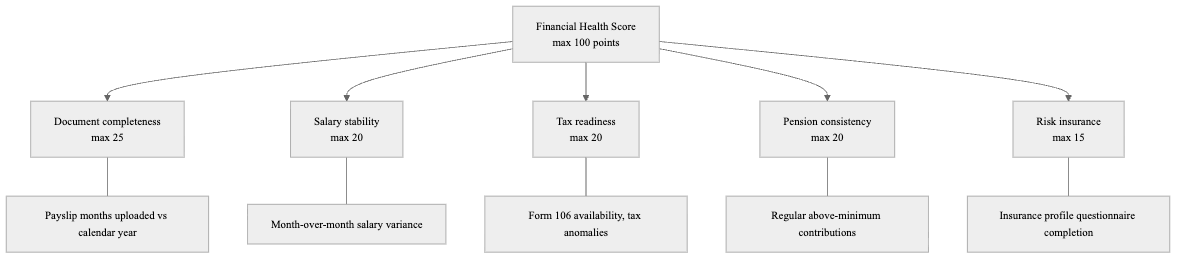
Above: Final_Project_Book/figures/fig06-health-score.png in ofek1210/FinGuide (Mermaid), before the change. Its source is kept beside it as Final_Project_Book/figures/src/fig06-health-score.mmd.
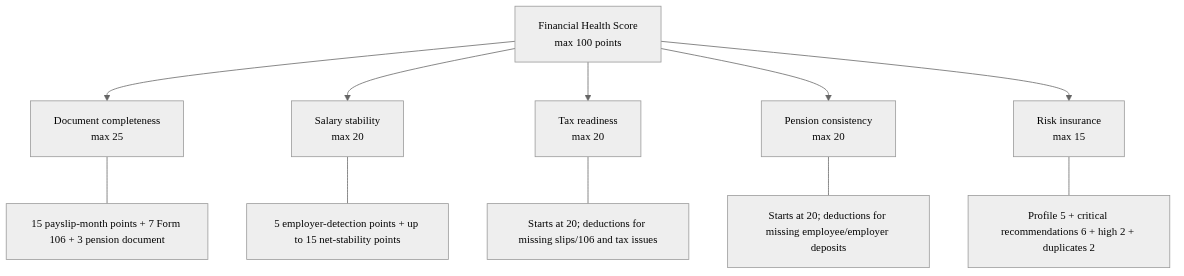
The same diagram one commit later.

Change to the diagram source:
```diff
@@ -7,8 +7,8 @@
   Total --> Pen["Pension consistency\nmax 20"]
   Total --> Risk["Risk insurance\nmax 15"]
 
-  Doc --- DocDesc["Payslip months uploaded vs calendar year"]
-  Sal --- SalDesc["Month-over-month salary variance"]
-  Tax --- TaxDesc["Form 106 availability, tax anomalies"]
-  Pen --- PenDesc["Regular above-minimum contributions"]
-  Risk --- RiskDesc["Insurance profile questionnaire completion"]
+  Doc --- DocDesc["15 payslip-month points + 7 Form 106 + 3 pension document"]
+  Sal --- SalDesc["5 employer-detection points + up to 15 net-stability points"]
+  Tax --- TaxDesc["Starts at 20; deductions for missing slips/106 and tax issues"]
+  Pen --- PenDesc["Starts at 20; deductions for missing employee/employer deposits"]
+  Risk --- RiskDesc["Profile 5 + critical recommendations 6 + high 2 + duplicates 2"]
```
